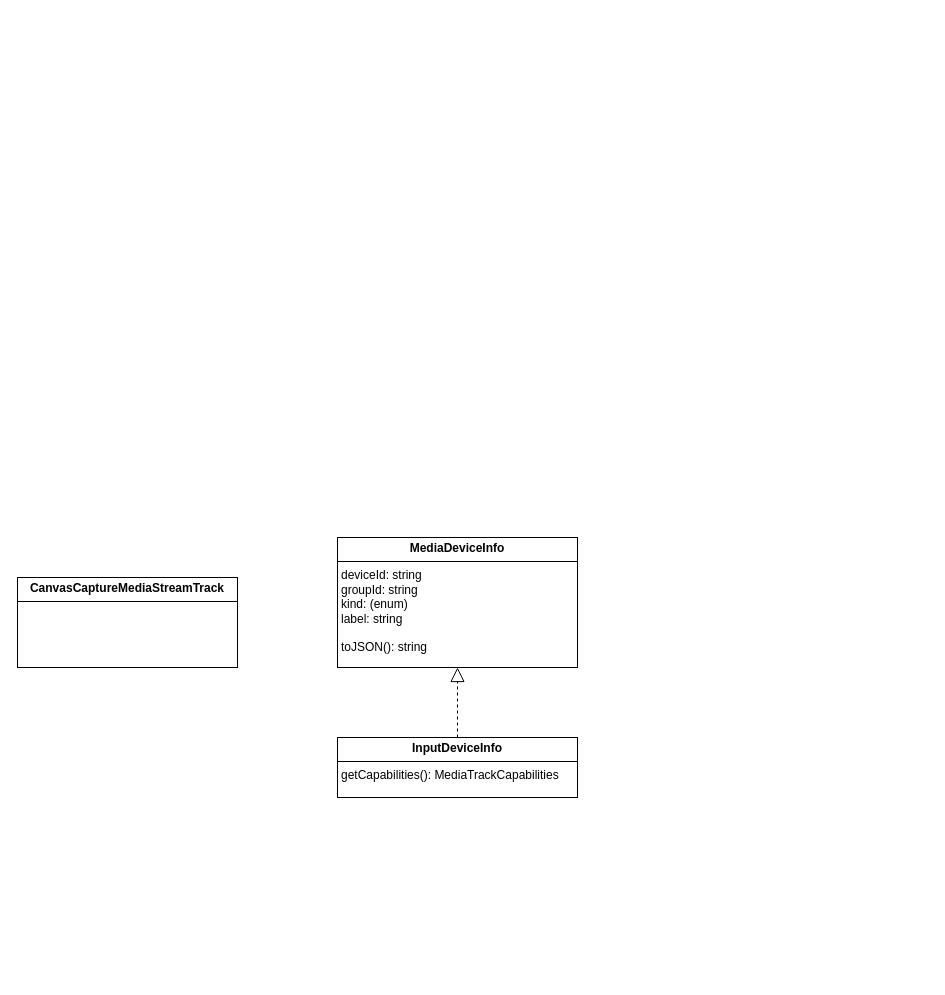
This is WebRTC.drawio from KondyubaBA/WebAPI, a draw.io file, before an edit. Source tidied: cells renumbered, new cells numbered last; positions are measured from the earlier drawing's top-left corner, leaving out a move shared by most shapes. Both pictures are drawn from the tidied source at 100%, with x=0, y=0 at pixel (17, 537).
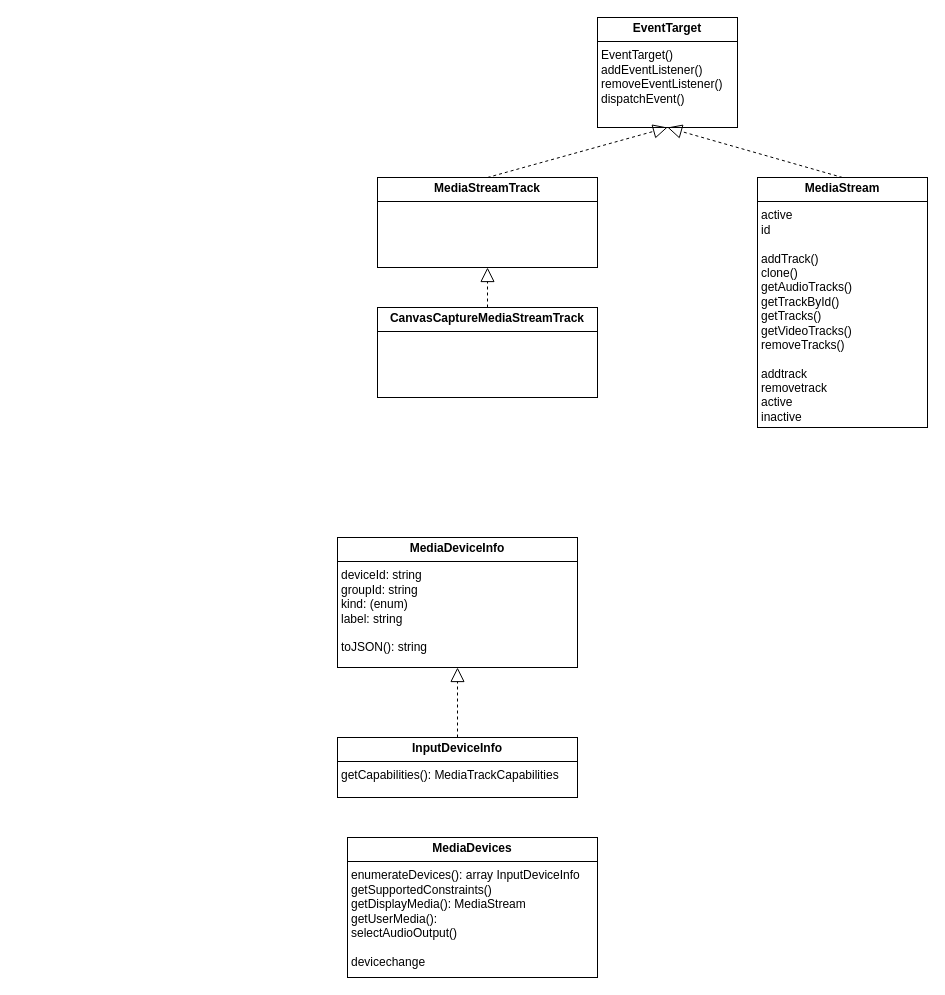
Above is the later version.

Change to the diagram source:
```diff
@@
 <mxGraphModel>
   <root>
     <mxCell id="0" />
     <mxCell id="1" parent="0" />
     <mxCell id="2" value="&lt;p style=&quot;margin:0px;margin-top:4px;text-align:center;&quot;&gt;&lt;b&gt;CanvasCaptureMediaStreamTrack&lt;/b&gt;&lt;/p&gt;&lt;hr size=&quot;1&quot; style=&quot;border-style:solid;&quot;&gt;&lt;p style=&quot;margin:0px;margin-left:4px;&quot;&gt;&lt;br&gt;&lt;/p&gt;" style="verticalAlign=top;align=left;overflow=fill;html=1;whiteSpace=wrap;" parent="1" vertex="1">
-      <mxGeometry y="40" width="220" height="90" as="geometry" />
+      <mxGeometry x="360" y="-230" width="220" height="90" as="geometry" />
     </mxCell>
     <mxCell id="3" value="&lt;p style=&quot;margin:0px;margin-top:4px;text-align:center;&quot;&gt;&lt;b&gt;InputDeviceInfo&lt;/b&gt;&lt;/p&gt;&lt;hr size=&quot;1&quot; style=&quot;border-style:solid;&quot;&gt;&lt;p style=&quot;margin:0px;margin-left:4px;&quot;&gt;getCapabilities():&amp;nbsp;MediaTrackCapabilities&lt;/p&gt;" style="verticalAlign=top;align=left;overflow=fill;html=1;whiteSpace=wrap;" parent="1" vertex="1">
       <mxGeometry x="320" y="200" width="240" height="60" as="geometry" />
     </mxCell>
     <mxCell id="4" value="&lt;p style=&quot;margin:0px;margin-top:4px;text-align:center;&quot;&gt;&lt;b&gt;MediaDeviceInfo&lt;/b&gt;&lt;/p&gt;&lt;hr size=&quot;1&quot; style=&quot;border-style:solid;&quot;&gt;&lt;p style=&quot;margin:0px;margin-left:4px;&quot;&gt;deviceId: string&lt;/p&gt;&lt;p style=&quot;margin:0px;margin-left:4px;&quot;&gt;groupId: string&lt;/p&gt;&lt;p style=&quot;margin:0px;margin-left:4px;&quot;&gt;kind: (enum)&lt;/p&gt;&lt;p style=&quot;margin:0px;margin-left:4px;&quot;&gt;label: string&lt;/p&gt;&lt;p style=&quot;margin:0px;margin-left:4px;&quot;&gt;&lt;br&gt;&lt;/p&gt;&lt;p style=&quot;margin:0px;margin-left:4px;&quot;&gt;toJSON(): string&lt;/p&gt;" style="verticalAlign=top;align=left;overflow=fill;html=1;whiteSpace=wrap;" parent="1" vertex="1">
       <mxGeometry x="320" width="240" height="130" as="geometry" />
     </mxCell>
     <mxCell id="5" style="endArrow=block;dashed=1;endFill=0;endSize=12;html=1;rounded=0;entryX=0.5;entryY=1;entryDx=0;entryDy=0;exitX=0.5;exitY=0;exitDx=0;exitDy=0;" parent="1" edge="1" source="3" target="4">
       <mxGeometry relative="1" as="geometry" />
     </mxCell>
+    <mxCell id="6" value="&lt;p style=&quot;margin:0px;margin-top:4px;text-align:center;&quot;&gt;&lt;b&gt;MediaDevices&lt;/b&gt;&lt;/p&gt;&lt;hr size=&quot;1&quot; style=&quot;border-style:solid;&quot;&gt;&lt;p style=&quot;margin:0px;margin-left:4px;&quot;&gt;enumerateDevices(): array InputDeviceInfo&lt;/p&gt;&lt;p style=&quot;margin:0px;margin-left:4px;&quot;&gt;getSupportedConstraints()&lt;/p&gt;&lt;p style=&quot;margin:0px;margin-left:4px;&quot;&gt;getDisplayMedia(): MediaStream&lt;/p&gt;&lt;p style=&quot;margin:0px;margin-left:4px;&quot;&gt;getUserMedia():&amp;nbsp;&lt;/p&gt;&lt;p style=&quot;margin:0px;margin-left:4px;&quot;&gt;selectAudioOutput()&lt;/p&gt;&lt;p style=&quot;margin:0px;margin-left:4px;&quot;&gt;&lt;br&gt;&lt;/p&gt;&lt;p style=&quot;margin:0px;margin-left:4px;&quot;&gt;devicechange&lt;/p&gt;" style="verticalAlign=top;align=left;overflow=fill;html=1;whiteSpace=wrap;" parent="1" vertex="1">
+      <mxGeometry x="330" y="300" width="250" height="140" as="geometry" />
+    </mxCell>
+    <mxCell id="7" value="&lt;p style=&quot;margin:0px;margin-top:4px;text-align:center;&quot;&gt;&lt;b&gt;MediaStream&lt;/b&gt;&lt;/p&gt;&lt;hr size=&quot;1&quot; style=&quot;border-style:solid;&quot;&gt;&lt;p style=&quot;margin:0px;margin-left:4px;&quot;&gt;active&lt;/p&gt;&lt;p style=&quot;margin:0px;margin-left:4px;&quot;&gt;id&lt;/p&gt;&lt;p style=&quot;margin:0px;margin-left:4px;&quot;&gt;&lt;br&gt;&lt;/p&gt;&lt;p style=&quot;margin:0px;margin-left:4px;&quot;&gt;addTrack()&lt;/p&gt;&lt;p style=&quot;margin:0px;margin-left:4px;&quot;&gt;clone()&lt;/p&gt;&lt;p style=&quot;margin:0px;margin-left:4px;&quot;&gt;getAudioTracks()&lt;/p&gt;&lt;p style=&quot;margin:0px;margin-left:4px;&quot;&gt;getTrackById()&lt;/p&gt;&lt;p style=&quot;margin:0px;margin-left:4px;&quot;&gt;getTracks()&lt;/p&gt;&lt;p style=&quot;margin:0px;margin-left:4px;&quot;&gt;getVideoTracks()&lt;/p&gt;&lt;p style=&quot;margin:0px;margin-left:4px;&quot;&gt;removeTracks()&lt;/p&gt;&lt;p style=&quot;margin:0px;margin-left:4px;&quot;&gt;&lt;br&gt;&lt;/p&gt;&lt;p style=&quot;margin:0px;margin-left:4px;&quot;&gt;addtrack&lt;/p&gt;&lt;p style=&quot;margin:0px;margin-left:4px;&quot;&gt;removetrack&lt;/p&gt;&lt;p style=&quot;margin:0px;margin-left:4px;&quot;&gt;active&lt;/p&gt;&lt;p style=&quot;margin:0px;margin-left:4px;&quot;&gt;inactive&lt;/p&gt;" style="verticalAlign=top;align=left;overflow=fill;html=1;whiteSpace=wrap;" parent="1" vertex="1">
+      <mxGeometry x="740" y="-360" width="170" height="250" as="geometry" />
+    </mxCell>
+    <mxCell id="8" value="&lt;p style=&quot;margin:0px;margin-top:4px;text-align:center;&quot;&gt;&lt;b&gt;EventTarget&lt;/b&gt;&lt;/p&gt;&lt;hr size=&quot;1&quot; style=&quot;border-style:solid;&quot;&gt;&lt;p style=&quot;margin:0px;margin-left:4px;&quot;&gt;EventTarget()&lt;/p&gt;&lt;p style=&quot;margin:0px;margin-left:4px;&quot;&gt;addEventListener()&lt;/p&gt;&lt;p style=&quot;margin:0px;margin-left:4px;&quot;&gt;removeEventListener()&lt;/p&gt;&lt;p style=&quot;margin:0px;margin-left:4px;&quot;&gt;dispatchEvent()&lt;/p&gt;" style="verticalAlign=top;align=left;overflow=fill;html=1;whiteSpace=wrap;" parent="1" vertex="1">
+      <mxGeometry x="580" y="-520" width="140" height="110" as="geometry" />
+    </mxCell>
+    <mxCell id="9" style="endArrow=block;dashed=1;endFill=0;endSize=12;html=1;rounded=0;entryX=0.5;entryY=1;entryDx=0;entryDy=0;exitX=0.5;exitY=0;exitDx=0;exitDy=0;" parent="1" edge="1" source="7" target="8">
+      <mxGeometry relative="1" as="geometry" />
+    </mxCell>
+    <mxCell id="10" value="&lt;p style=&quot;margin:0px;margin-top:4px;text-align:center;&quot;&gt;&lt;b&gt;MediaStreamTrack&lt;/b&gt;&lt;/p&gt;&lt;hr size=&quot;1&quot; style=&quot;border-style:solid;&quot;&gt;&lt;p style=&quot;margin:0px;margin-left:4px;&quot;&gt;&lt;br&gt;&lt;/p&gt;" style="verticalAlign=top;align=left;overflow=fill;html=1;whiteSpace=wrap;" parent="1" vertex="1">
+      <mxGeometry x="360" y="-360" width="220" height="90" as="geometry" />
+    </mxCell>
+    <mxCell id="11" style="endArrow=block;dashed=1;endFill=0;endSize=12;html=1;rounded=0;entryX=0.5;entryY=1;entryDx=0;entryDy=0;exitX=0.5;exitY=0;exitDx=0;exitDy=0;" parent="1" edge="1" source="10" target="8">
+      <mxGeometry relative="1" as="geometry" />
+    </mxCell>
+    <mxCell id="12" style="endArrow=block;dashed=1;endFill=0;endSize=12;html=1;rounded=0;entryX=0.5;entryY=1;entryDx=0;entryDy=0;" parent="1" edge="1" source="2" target="10">
+      <mxGeometry relative="1" as="geometry" />
+    </mxCell>
   </root>
 </mxGraphModel>
```
